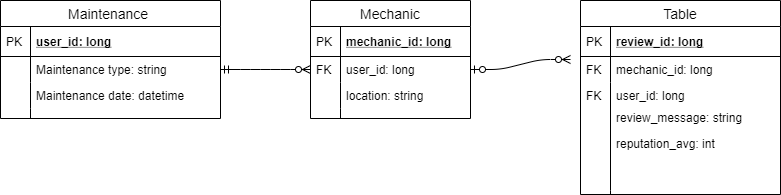
This is docs/img/entity-relationship-database.png from apreston26/maintaince-checker, a draw.io export, as it was before one commit. Source tidied: cells renumbered, new cells last; positions are measured from the earlier drawing's top-left corner, leaving out a move shared by most shapes.
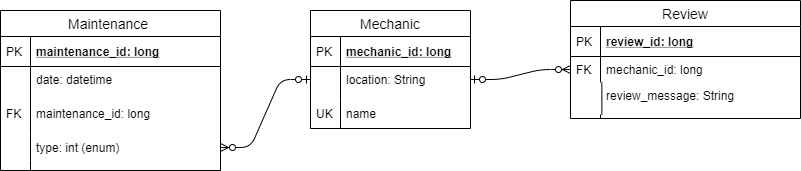
The same diagram one commit later.

The edit, as a diff of the source:
```diff
@@ -2,42 +2,43 @@
   <root>
     <mxCell id="0" />
     <mxCell id="1" parent="0" />
-    <mxCell id="2" value="Maintenance " style="swimlane;fontStyle=0;horizontal=1;startSize=26;align=center;fontSize=14;" parent="1" vertex="1">
-      <mxGeometry width="220" height="118" as="geometry" />
+    <mxCell id="2" style="edgeStyle=entityRelationEdgeStyle;fontSize=12;html=1;endArrow=ERzeroToOne;startArrow=ERzeroToMany;exitX=1;exitY=0.5;exitDx=0;exitDy=0;startFill=1;endFill=1;" parent="1" edge="1" source="9">
+      <mxGeometry relative="1" as="geometry">
+        <mxPoint x="310" y="69" as="targetPoint" />
+      </mxGeometry>
     </mxCell>
-    <mxCell id="3" value="user_id: long" style="shape=partialRectangle;top=0;left=0;right=0;bottom=1;align=left;verticalAlign=middle;fillColor=none;spacingLeft=34;spacingRight=4;overflow=hidden;fontStyle=5;fontSize=12;" parent="2" vertex="1">
-      <mxGeometry y="26" width="220" height="30" as="geometry" />
+    <mxCell id="3" style="edgeStyle=entityRelationEdgeStyle;fontSize=12;html=1;endArrow=ERzeroToMany;startArrow=ERzeroToOne;exitX=1;exitY=0.5;exitDx=0;exitDy=0;" parent="1" edge="1">
+      <mxGeometry relative="1" as="geometry">
+        <mxPoint x="470" y="69" as="sourcePoint" />
+        <mxPoint x="570" y="59" as="targetPoint" />
+      </mxGeometry>
     </mxCell>
-    <mxCell id="4" value="PK" style="shape=partialRectangle;top=0;left=0;bottom=0;fillColor=none;align=left;verticalAlign=middle;spacingLeft=4;spacingRight=4;overflow=hidden;fontSize=12;" parent="3" vertex="1">
-      <mxGeometry width="30" height="30" as="geometry" />
+    <mxCell id="4" value="Maintenance " style="swimlane;fontStyle=0;horizontal=1;startSize=26;align=center;fontSize=14;" parent="1" vertex="1">
+      <mxGeometry width="220" height="160" as="geometry" />
     </mxCell>
-    <mxCell id="5" value="Maintenance type: string" style="shape=partialRectangle;top=0;left=0;right=0;bottom=0;align=left;verticalAlign=top;fillColor=none;spacingLeft=34;spacingRight=4;overflow=hidden;points=[[0,0.5],[1,0.5]];portConstraint=eastwest;fontSize=12;" parent="2" vertex="1">
-      <mxGeometry y="56" width="220" height="26" as="geometry" />
+    <mxCell id="5" value="maintenance_id: long" style="shape=partialRectangle;top=0;left=0;right=0;bottom=1;align=left;verticalAlign=middle;fillColor=none;spacingLeft=34;spacingRight=4;overflow=hidden;points=[[0,0.5],[1,0.5]];portConstraint=eastwest;fontStyle=5;fontSize=12;" parent="4" vertex="1">
+      <mxGeometry y="26" width="220" height="30" as="geometry" />
     </mxCell>
-    <mxCell id="6" style="shape=partialRectangle;top=0;left=0;bottom=0;fillColor=none;align=left;verticalAlign=top;spacingLeft=4;spacingRight=4;overflow=hidden;fontSize=12;" parent="5" vertex="1">
-      <mxGeometry width="30" height="26" as="geometry" />
+    <mxCell id="6" value="PK" style="shape=partialRectangle;top=0;left=0;bottom=0;fillColor=none;align=left;verticalAlign=middle;spacingLeft=4;spacingRight=4;overflow=hidden;fontSize=12;" parent="5" vertex="1">
+      <mxGeometry width="30" height="30" as="geometry" />
     </mxCell>
-    <mxCell id="7" value="Maintenance date: datetime" style="shape=partialRectangle;top=0;left=0;right=0;bottom=0;align=left;verticalAlign=top;fillColor=none;spacingLeft=34;spacingRight=4;overflow=hidden;fontSize=12;" parent="2" vertex="1">
-      <mxGeometry y="82" width="220" height="26" as="geometry" />
+    <mxCell id="7" value="date: datetime" style="shape=partialRectangle;top=0;left=0;right=0;bottom=0;align=left;verticalAlign=top;fillColor=none;spacingLeft=34;spacingRight=4;overflow=hidden;fontSize=12;" parent="4" vertex="1">
+      <mxGeometry y="56" width="220" height="68" as="geometry" />
     </mxCell>
     <mxCell id="8" style="shape=partialRectangle;top=0;left=0;bottom=0;fillColor=none;align=left;verticalAlign=top;spacingLeft=4;spacingRight=4;overflow=hidden;fontSize=12;" parent="7" vertex="1">
-      <mxGeometry width="30" height="26" as="geometry" />
+      <mxGeometry width="30" height="68" as="geometry" />
     </mxCell>
-    <mxCell id="9" style="shape=partialRectangle;top=0;left=0;right=0;bottom=0;align=left;verticalAlign=top;fillColor=none;spacingLeft=34;spacingRight=4;overflow=hidden;points=[[0,0.5],[1,0.5]];portConstraint=eastwest;fontSize=12;" parent="2" vertex="1">
-      <mxGeometry y="108" width="220" height="10" as="geometry" />
+    <mxCell id="9" value="type: int (enum)" style="shape=partialRectangle;top=0;left=0;right=0;bottom=0;align=left;verticalAlign=top;fillColor=none;spacingLeft=34;spacingRight=4;overflow=hidden;points=[[0,0.5],[1,0.5]];portConstraint=eastwest;fontSize=12;" parent="4" vertex="1">
+      <mxGeometry y="124" width="220" height="26" as="geometry" />
     </mxCell>
     <mxCell id="10" style="shape=partialRectangle;top=0;left=0;bottom=0;fillColor=none;align=left;verticalAlign=top;spacingLeft=4;spacingRight=4;overflow=hidden;fontSize=12;" parent="9" vertex="1">
-      <mxGeometry width="30" height="10" as="geometry" />
+      <mxGeometry width="30" height="26" as="geometry" />
     </mxCell>
-    <mxCell id="11" style="edgeStyle=entityRelationEdgeStyle;fontSize=12;html=1;endArrow=ERzeroToMany;startArrow=ERmandOne;exitX=1;exitY=0.5;exitDx=0;exitDy=0;" parent="1" edge="1" source="5">
-      <mxGeometry relative="1" as="geometry">
-        <mxPoint x="310" y="69" as="targetPoint" />
-      </mxGeometry>
+    <mxCell id="11" style="shape=partialRectangle;top=0;left=0;right=0;bottom=0;align=left;verticalAlign=top;fillColor=none;spacingLeft=34;spacingRight=4;overflow=hidden;fontSize=12;" parent="4" vertex="1">
+      <mxGeometry y="150" width="220" height="10" as="geometry" />
     </mxCell>
-    <mxCell id="12" style="edgeStyle=entityRelationEdgeStyle;fontSize=12;html=1;endArrow=ERzeroToMany;startArrow=ERzeroToOne;exitX=1;exitY=0.5;exitDx=0;exitDy=0;" parent="1" edge="1" source="16">
-      <mxGeometry relative="1" as="geometry">
-        <mxPoint x="570" y="59" as="targetPoint" />
-      </mxGeometry>
+    <mxCell id="12" style="shape=partialRectangle;top=0;left=0;bottom=0;fillColor=none;align=left;verticalAlign=top;spacingLeft=4;spacingRight=4;overflow=hidden;fontSize=12;" parent="11" vertex="1">
+      <mxGeometry width="30" height="10" as="geometry" />
     </mxCell>
     <mxCell id="13" value="Mechanic" style="swimlane;fontStyle=0;horizontal=1;startSize=26;align=center;fontSize=14;" parent="1" vertex="1">
       <mxGeometry x="310" width="160" height="118" as="geometry" />
@@ -48,68 +49,50 @@
     <mxCell id="15" value="PK" style="shape=partialRectangle;top=0;left=0;bottom=0;fillColor=none;align=left;verticalAlign=middle;spacingLeft=4;spacingRight=4;overflow=hidden;fontSize=12;" parent="14" vertex="1">
       <mxGeometry width="30" height="30" as="geometry" />
     </mxCell>
-    <mxCell id="16" value="user_id: long" style="shape=partialRectangle;top=0;left=0;right=0;bottom=0;align=left;verticalAlign=top;fillColor=none;spacingLeft=34;spacingRight=4;overflow=hidden;points=[[0,0.5],[1,0.5]];portConstraint=eastwest;fontSize=12;" parent="13" vertex="1">
-      <mxGeometry y="56" width="160" height="26" as="geometry" />
+    <mxCell id="16" value="location: String" style="shape=partialRectangle;top=0;left=0;right=0;bottom=0;align=left;verticalAlign=top;fillColor=none;spacingLeft=34;spacingRight=4;overflow=hidden;points=[[0,0.5],[1,0.5]];portConstraint=eastwest;fontSize=12;" parent="13" vertex="1">
+      <mxGeometry y="56" width="160" height="34" as="geometry" />
     </mxCell>
-    <mxCell id="17" value="FK" style="shape=partialRectangle;top=0;left=0;bottom=0;fillColor=none;align=left;verticalAlign=top;spacingLeft=4;spacingRight=4;overflow=hidden;fontSize=12;" parent="16" vertex="1">
-      <mxGeometry width="30" height="26" as="geometry" />
+    <mxCell id="17" style="shape=partialRectangle;top=0;left=0;bottom=0;fillColor=none;align=left;verticalAlign=top;spacingLeft=4;spacingRight=4;overflow=hidden;fontSize=12;" parent="16" vertex="1">
+      <mxGeometry width="30" height="34" as="geometry" />
     </mxCell>
-    <mxCell id="18" value="location: string" style="shape=partialRectangle;top=0;left=0;right=0;bottom=0;align=left;verticalAlign=top;fillColor=none;spacingLeft=34;spacingRight=4;overflow=hidden;fontSize=12;" parent="13" vertex="1">
-      <mxGeometry y="82" width="160" height="26" as="geometry" />
+    <mxCell id="18" value="name" style="shape=partialRectangle;top=0;left=0;right=0;bottom=0;align=left;verticalAlign=top;fillColor=none;spacingLeft=34;spacingRight=4;overflow=hidden;fontSize=12;" parent="13" vertex="1">
+      <mxGeometry y="90" width="160" height="28" as="geometry" />
     </mxCell>
-    <mxCell id="19" style="shape=partialRectangle;top=0;left=0;bottom=0;fillColor=none;align=left;verticalAlign=top;spacingLeft=4;spacingRight=4;overflow=hidden;fontSize=12;" parent="18" vertex="1">
-      <mxGeometry width="30" height="26" as="geometry" />
+    <mxCell id="19" value="UK" style="shape=partialRectangle;top=0;left=0;bottom=0;fillColor=none;align=left;verticalAlign=top;spacingLeft=4;spacingRight=4;overflow=hidden;fontSize=12;" parent="18" vertex="1">
+      <mxGeometry width="30" height="28" as="geometry" />
     </mxCell>
-    <mxCell id="20" style="shape=partialRectangle;top=0;left=0;right=0;bottom=0;align=left;verticalAlign=top;fillColor=none;spacingLeft=34;spacingRight=4;overflow=hidden;fontSize=12;" parent="13" vertex="1">
-      <mxGeometry y="108" width="160" height="10" as="geometry" />
+    <mxCell id="20" value="Review" style="swimlane;fontStyle=0;horizontal=1;startSize=26;align=center;fontSize=14;" parent="1" vertex="1">
+      <mxGeometry x="570" y="-10" width="230" height="118" as="geometry" />
     </mxCell>
-    <mxCell id="21" style="shape=partialRectangle;top=0;left=0;bottom=0;fillColor=none;align=left;verticalAlign=top;spacingLeft=4;spacingRight=4;overflow=hidden;fontSize=12;" parent="20" vertex="1">
-      <mxGeometry width="30" height="10" as="geometry" />
+    <mxCell id="21" value="review_id: long" style="shape=partialRectangle;top=0;left=0;right=0;bottom=1;align=left;verticalAlign=middle;fillColor=none;spacingLeft=34;spacingRight=4;overflow=hidden;fontStyle=5;fontSize=12;" parent="20" vertex="1">
+      <mxGeometry y="26" width="230" height="30" as="geometry" />
     </mxCell>
-    <mxCell id="22" value="Table" style="swimlane;fontStyle=0;horizontal=1;startSize=26;align=center;fontSize=14;" parent="1" vertex="1">
-      <mxGeometry x="580" width="200" height="194" as="geometry" />
+    <mxCell id="22" value="PK" style="shape=partialRectangle;top=0;left=0;bottom=0;fillColor=none;align=left;verticalAlign=middle;spacingLeft=4;spacingRight=4;overflow=hidden;fontSize=12;" parent="21" vertex="1">
+      <mxGeometry width="30" height="30" as="geometry" />
     </mxCell>
-    <mxCell id="23" value="review_id: long" style="shape=partialRectangle;top=0;left=0;right=0;bottom=1;align=left;verticalAlign=middle;fillColor=none;spacingLeft=34;spacingRight=4;overflow=hidden;fontStyle=5;fontSize=12;" parent="22" vertex="1">
-      <mxGeometry y="26" width="200" height="30" as="geometry" />
+    <mxCell id="23" value="mechanic_id: long" style="shape=partialRectangle;top=0;left=0;right=0;bottom=0;align=left;verticalAlign=top;fillColor=none;spacingLeft=34;spacingRight=4;overflow=hidden;fontSize=12;" parent="20" vertex="1">
+      <mxGeometry y="56" width="230" height="26" as="geometry" />
     </mxCell>
-    <mxCell id="24" value="PK" style="shape=partialRectangle;top=0;left=0;bottom=0;fillColor=none;align=left;verticalAlign=middle;spacingLeft=4;spacingRight=4;overflow=hidden;fontSize=12;" parent="23" vertex="1">
-      <mxGeometry width="30" height="30" as="geometry" />
+    <mxCell id="24" value="FK" style="shape=partialRectangle;top=0;left=0;bottom=0;fillColor=none;align=left;verticalAlign=top;spacingLeft=4;spacingRight=4;overflow=hidden;fontSize=12;" parent="23" vertex="1">
+      <mxGeometry width="30" height="26" as="geometry" />
     </mxCell>
-    <mxCell id="25" value="mechanic_id: long" style="shape=partialRectangle;top=0;left=0;right=0;bottom=0;align=left;verticalAlign=top;fillColor=none;spacingLeft=34;spacingRight=4;overflow=hidden;fontSize=12;" parent="22" vertex="1">
-      <mxGeometry y="56" width="200" height="26" as="geometry" />
+    <mxCell id="25" value="review_message: String" style="shape=partialRectangle;top=0;left=0;right=0;bottom=0;align=left;verticalAlign=top;fillColor=none;spacingLeft=34;spacingRight=4;overflow=hidden;fontSize=12;" parent="20" vertex="1">
+      <mxGeometry y="82" width="230" height="32" as="geometry" />
     </mxCell>
-    <mxCell id="26" value="FK" style="shape=partialRectangle;top=0;left=0;bottom=0;fillColor=none;align=left;verticalAlign=top;spacingLeft=4;spacingRight=4;overflow=hidden;fontSize=12;" parent="25" vertex="1">
-      <mxGeometry width="30" height="26" as="geometry" />
+    <mxCell id="26" style="shape=partialRectangle;top=0;left=0;bottom=0;fillColor=none;align=left;verticalAlign=top;spacingLeft=4;spacingRight=4;overflow=hidden;fontSize=12;" parent="25" vertex="1">
+      <mxGeometry width="31.4" height="32" as="geometry" />
     </mxCell>
-    <mxCell id="27" value="user_id: long" style="shape=partialRectangle;top=0;left=0;right=0;bottom=0;align=left;verticalAlign=top;fillColor=none;spacingLeft=34;spacingRight=4;overflow=hidden;fontSize=12;" parent="22" vertex="1">
-      <mxGeometry y="82" width="200" height="26" as="geometry" />
+    <mxCell id="27" style="shape=partialRectangle;top=0;left=0;right=0;bottom=0;align=left;verticalAlign=top;fillColor=none;spacingLeft=34;spacingRight=4;overflow=hidden;fontSize=12;" parent="20" vertex="1">
+      <mxGeometry y="114" width="230" height="4" as="geometry" />
     </mxCell>
-    <mxCell id="28" value="FK" style="shape=partialRectangle;top=0;left=0;bottom=0;fillColor=none;align=left;verticalAlign=top;spacingLeft=4;spacingRight=4;overflow=hidden;fontSize=12;" parent="27" vertex="1">
-      <mxGeometry width="30" height="26" as="geometry" />
+    <mxCell id="28" style="shape=partialRectangle;top=0;left=0;bottom=0;fillColor=none;align=left;verticalAlign=top;spacingLeft=4;spacingRight=4;overflow=hidden;fontSize=12;" parent="27" vertex="1">
+      <mxGeometry width="30" height="4" as="geometry" />
     </mxCell>
-    <mxCell id="29" style="shape=partialRectangle;top=0;left=0;right=0;bottom=0;align=left;verticalAlign=top;fillColor=none;spacingLeft=34;spacingRight=4;overflow=hidden;fontSize=12;" parent="22" vertex="1">
-      <mxGeometry y="108" width="200" height="82" as="geometry" />
+    <mxCell id="29" value="maintenance_id: long" style="shape=partialRectangle;top=0;left=0;right=0;bottom=0;align=left;verticalAlign=top;fillColor=none;spacingLeft=34;spacingRight=4;overflow=hidden;fontSize=12;" parent="1" vertex="1">
+      <mxGeometry y="90" width="160" height="26" as="geometry" />
     </mxCell>
-    <mxCell id="30" style="shape=partialRectangle;top=0;left=0;bottom=0;fillColor=none;align=left;verticalAlign=top;spacingLeft=4;spacingRight=4;overflow=hidden;fontSize=12;" parent="29" vertex="1">
-      <mxGeometry width="30" height="82" as="geometry" />
+    <mxCell id="30" value="FK" style="shape=partialRectangle;top=0;left=0;bottom=0;fillColor=none;align=left;verticalAlign=top;spacingLeft=4;spacingRight=4;overflow=hidden;fontSize=12;" parent="29" vertex="1">
+      <mxGeometry width="30" height="26" as="geometry" />
     </mxCell>
-    <mxCell id="31" style="shape=partialRectangle;top=0;left=0;right=0;bottom=0;align=left;verticalAlign=top;fillColor=none;spacingLeft=34;spacingRight=4;overflow=hidden;fontSize=12;" parent="22" vertex="1">
-      <mxGeometry y="190" width="200" height="4" as="geometry" />
-    </mxCell>
-    <mxCell id="32" style="shape=partialRectangle;top=0;left=0;bottom=0;fillColor=none;align=left;verticalAlign=top;spacingLeft=4;spacingRight=4;overflow=hidden;fontSize=12;" parent="31" vertex="1">
-      <mxGeometry width="30" height="4" as="geometry" />
-    </mxCell>
-    <mxCell id="33" value="review_message: string" style="shape=partialRectangle;top=0;left=0;right=0;bottom=0;align=left;verticalAlign=top;fillColor=none;spacingLeft=34;spacingRight=4;overflow=hidden;fontSize=12;" parent="1" vertex="1">
-      <mxGeometry x="580" y="104" width="200" height="26" as="geometry" />
-    </mxCell>
-    <mxCell id="34" style="shape=partialRectangle;top=0;left=0;bottom=0;fillColor=none;align=left;verticalAlign=top;spacingLeft=4;spacingRight=4;overflow=hidden;fontSize=12;" parent="33" vertex="1">
-      <mxGeometry width="30" height="26" as="geometry" />
-    </mxCell>
-    <mxCell id="35" value="reputation_avg: int" style="shape=partialRectangle;top=0;left=0;right=0;bottom=0;align=left;verticalAlign=top;fillColor=none;spacingLeft=34;spacingRight=4;overflow=hidden;fontSize=12;" parent="1" vertex="1">
-      <mxGeometry x="580" y="130" width="200" height="26" as="geometry" />
-    </mxCell>
-    <mxCell id="36" style="shape=partialRectangle;top=0;left=0;bottom=0;fillColor=none;align=left;verticalAlign=top;spacingLeft=4;spacingRight=4;overflow=hidden;fontSize=12;" parent="35" vertex="1">
-      <mxGeometry width="30" height="26" as="geometry" />
-    </mxCell>
   </root>
 </mxGraphModel>
```
